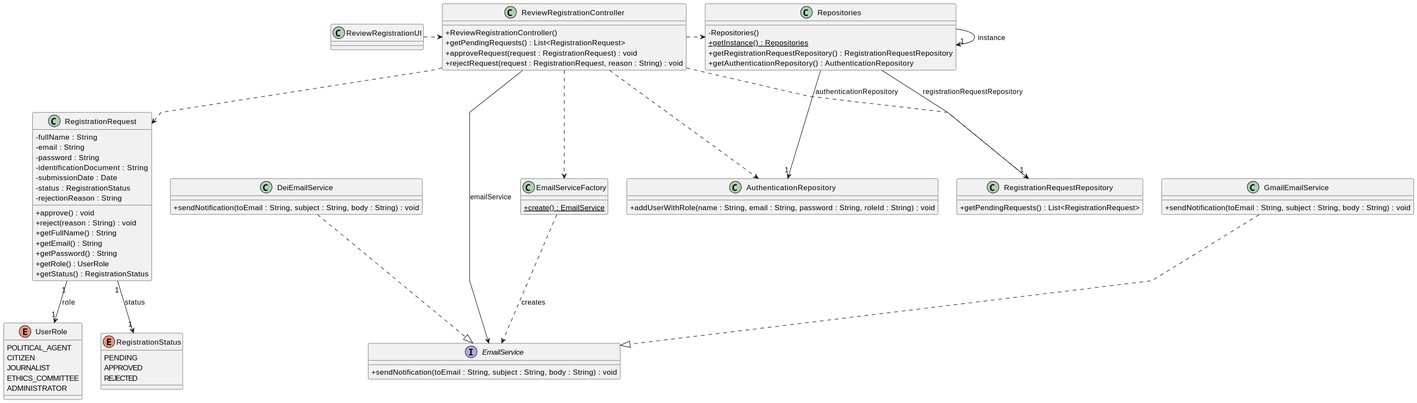
Above: docs/system-documentation/US02/03.design/svg/US02_CD.svg in brunodspinto/crystal-clear-platform (PlantUML), before the change.
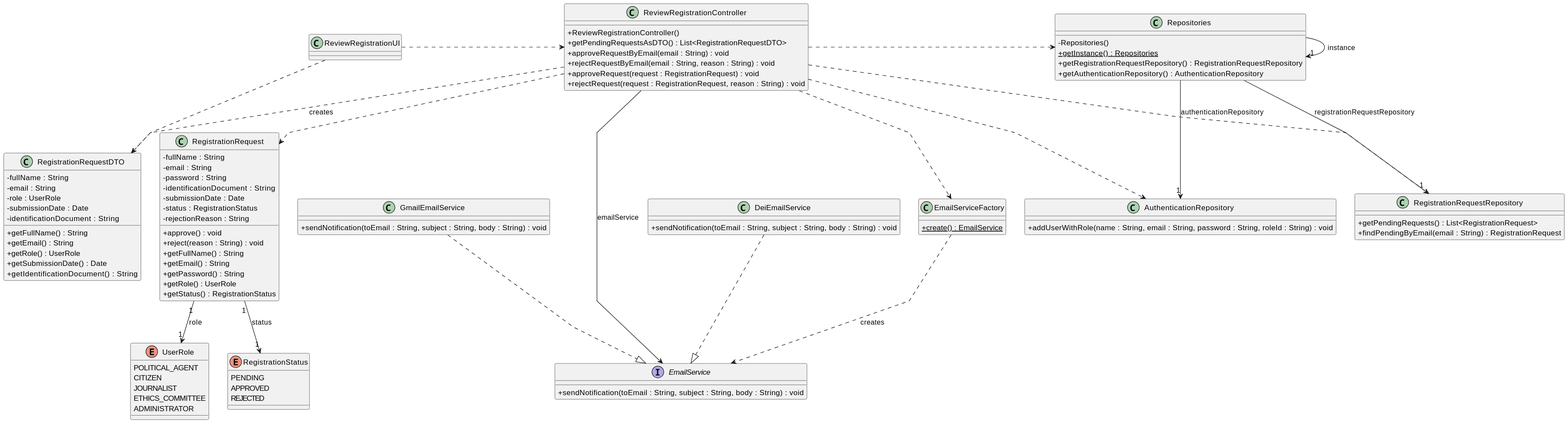
The same diagram one commit later.

Diff of the diagram source:
```diff
@@ -9,9 +9,24 @@
 
 class ReviewRegistrationController {
     + ReviewRegistrationController()
-    + getPendingRequests() : List<RegistrationRequest>
+    + getPendingRequestsAsDTO() : List<RegistrationRequestDTO>
+    + approveRequestByEmail(email : String) : void
+    + rejectRequestByEmail(email : String, reason : String) : void
     + approveRequest(request : RegistrationRequest) : void
     + rejectRequest(request : RegistrationRequest, reason : String) : void
+}
+
+class RegistrationRequestDTO {
+    - fullName : String
+    - email : String
+    - role : UserRole
+    - submissionDate : Date
+    - identificationDocument : String
+    + getFullName() : String
+    + getEmail() : String
+    + getRole() : UserRole
+    + getSubmissionDate() : Date
+    + getIdentificationDocument() : String
 }
 
 class RegistrationRequest {
@@ -33,6 +48,7 @@
 
 class RegistrationRequestRepository {
     + getPendingRequests() : List<RegistrationRequest>
+    + findPendingByEmail(email : String) : RegistrationRequest
 }
 
 class AuthenticationRepository {
@@ -77,6 +93,8 @@
 }
 
 ReviewRegistrationUI .> ReviewRegistrationController
+ReviewRegistrationUI ..> RegistrationRequestDTO
+ReviewRegistrationController ..> RegistrationRequestDTO : creates
 ReviewRegistrationController .> Repositories
 ReviewRegistrationController ..> RegistrationRequestRepository
 ReviewRegistrationController ..> AuthenticationRepository
```
